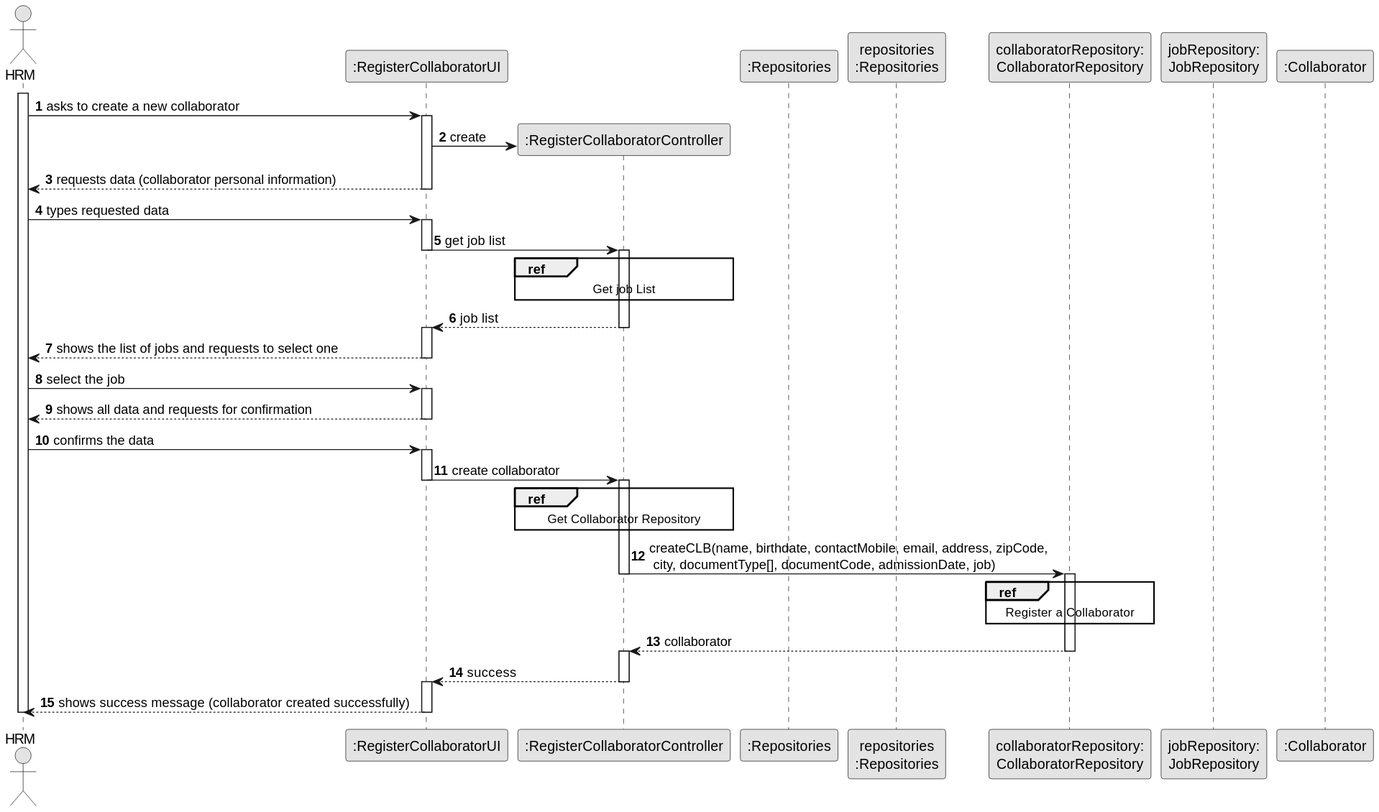
The PlantUML diagram docs/sprintB/us003/03.design/svg/us003-sequence-diagram-split.svg in ricardomm7/leaflink, before a commit.
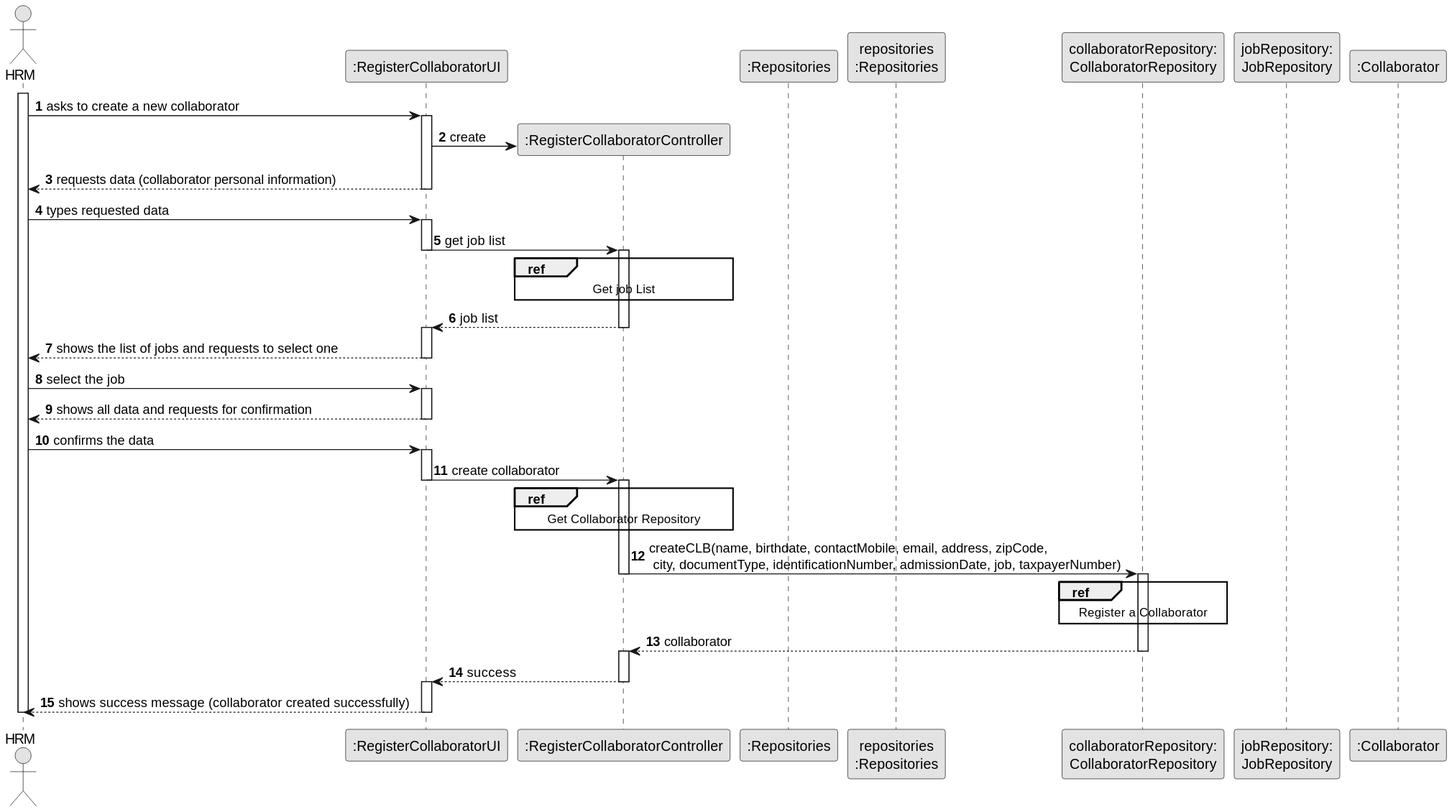
The same file after the commit.

Diff of the diagram source:
```diff
@@ -67,7 +67,7 @@
 
 
 
-CTRL -> CLBREP : createCLB(name, birthdate, contactMobile, email, address, zipCode,\n city, documentType[], documentCode, admissionDate, job)
+CTRL -> CLBREP : createCLB(name, birthdate, contactMobile, email, address, zipCode,\n city, documentType, identificationNumber, admissionDate, job, taxpayerNumber)
 deactivate CTRL
 
 activate CLBREP
```
